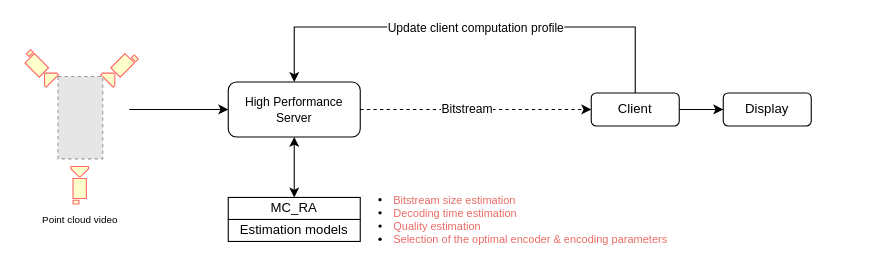
This is MC_RA.drawio from mahendra49/draw-io, a draw.io file, before an edit. Source tidied: cells renumbered, new cells numbered last; positions are measured from the earlier drawing's top-left corner, leaving out a move shared by most shapes. Both pictures are drawn from the tidied source at 110%, with x=0, y=0 at pixel (19, 26). Pictures stored in the file or linked from it are replaced by grey dashed boxes.
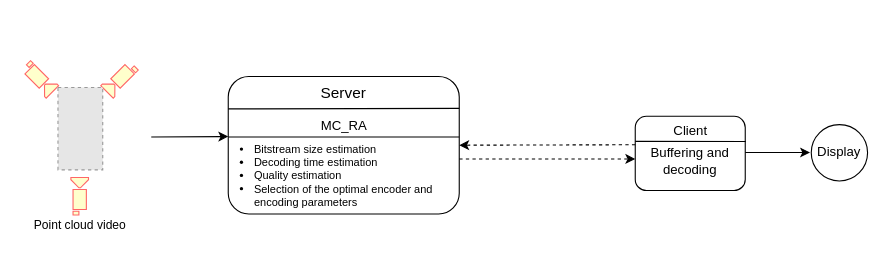
Above is the later version.

Change to the diagram source:
```diff
@@
     <mxCell id="2" style="group;" parent="1" vertex="1">
-      <mxGeometry y="20" width="110" height="140" as="geometry" />
+      <mxGeometry y="30" width="110" height="140" as="geometry" />
     </mxCell>
@@
-    <mxCell id="7" value="&lt;font style=&quot;font-size: 11px;&quot;&gt;High Performance&lt;br&gt;Server&lt;/font&gt;" style="rounded=1;whiteSpace=wrap;html=1;" parent="1" vertex="1">
-      <mxGeometry x="190" y="50" width="120" height="50" as="geometry" />
+    <mxCell id="7" value="&lt;span style=&quot;font-size: 11px;&quot;&gt;&lt;br&gt;&lt;/span&gt;" style="rounded=1;whiteSpace=wrap;html=1;" parent="1" vertex="1">
+      <mxGeometry x="190" y="45" width="210" height="125" as="geometry" />
     </mxCell>
-    <mxCell id="8" style="endArrow=classic;startArrow=classic;html=1;rounded=0;entryX=0.5;entryY=1;entryDx=0;entryDy=0;exitX=0.5;exitY=0;exitDx=0;exitDy=0;" parent="1" edge="1" source="19" target="7">
-      <mxGeometry relative="1" as="geometry" />
-    </mxCell>
+    <mxCell id="12" style="endArrow=classic;html=1;rounded=0;entryX=0;entryY=0.5;entryDx=0;entryDy=0;" parent="1" edge="1">
+      <mxGeometry relative="1" as="geometry">
+        <mxPoint x="120" y="100" as="sourcePoint" />
+        <mxPoint x="190" y="99.7" as="targetPoint" />
+      </mxGeometry>
+    </mxCell>
+    <mxCell id="17" value="&lt;font style=&quot;font-size: 11px;&quot;&gt;Point cloud video&lt;/font&gt;" style="text;html=1;align=center;verticalAlign=middle;strokeColor=none;fillColor=none;" parent="1" vertex="1">
+      <mxGeometry y="165" width="110" height="30" as="geometry" />
+    </mxCell>
+    <mxCell id="20" value="&lt;div style=&quot;border: 0px; font-variant-numeric: inherit; font-variant-east-asian: inherit; font-variant-alternates: inherit; font-stretch: inherit; line-height: inherit; font-family: Calibri, Arial, Helvetica, sans-serif; font-optical-sizing: inherit; font-kerning: inherit; font-feature-settings: inherit; font-variation-settings: inherit; margin: 0px; padding: 0px; vertical-align: baseline; text-align: start; font-size: 10px;&quot;&gt;&lt;ul&gt;&lt;li&gt;Bitstream size estimation&lt;/li&gt;&lt;li&gt;Decoding time estimation&lt;/li&gt;&lt;li&gt;Quality estimation&lt;/li&gt;&lt;li&gt;Selection of the optimal encoder and &lt;br&gt;encoding parameters&lt;/li&gt;&lt;/ul&gt;&lt;/div&gt;" style="text;html=1;strokeColor=none;fillColor=none;align=center;verticalAlign=middle;whiteSpace=wrap;rounded=0;" parent="1" vertex="1">
+      <mxGeometry x="120" y="105" width="310" height="60" as="geometry" />
+    </mxCell>
+    <mxCell id="19" value="MC_RA" style="text;html=1;align=center;verticalAlign=middle;points=[];strokeColor=none;fillColor=none;" parent="1" vertex="1">
+      <mxGeometry x="260" y="75" width="70" height="30" as="geometry" />
+    </mxCell>
+    <mxCell id="21" value="&lt;font style=&quot;font-size: 14px;&quot;&gt;Server&lt;/font&gt;" style="text;html=1;strokeColor=none;fillColor=none;align=center;verticalAlign=middle;whiteSpace=wrap;rounded=0;" parent="1" vertex="1">
+      <mxGeometry x="265" y="45" width="60" height="30" as="geometry" />
+    </mxCell>
+    <mxCell id="22" style="endArrow=none;html=1;rounded=0;" parent="1" edge="1">
+      <mxGeometry relative="1" as="geometry">
+        <mxPoint x="400" y="74" as="sourcePoint" />
+        <mxPoint x="190" y="74.5" as="targetPoint" />
+      </mxGeometry>
+    </mxCell>
+    <mxCell id="23" style="endArrow=none;html=1;rounded=0;" parent="1" edge="1">
+      <mxGeometry relative="1" as="geometry">
+        <mxPoint x="400" y="100" as="sourcePoint" />
+        <mxPoint x="190" y="100" as="targetPoint" />
+      </mxGeometry>
+    </mxCell>
+    <mxCell id="24" style="group;" parent="1" vertex="1">
+      <mxGeometry x="560" y="80" width="100" height="68.8" as="geometry" />
+    </mxCell>
-    <mxCell id="9" value="Client" style="rounded=1;whiteSpace=wrap;html=1;" parent="1" vertex="1">
-      <mxGeometry x="520" y="60" width="80" height="30" as="geometry" />
+    <mxCell id="9" value="&lt;br&gt;Buffering and&lt;br&gt;decoding" style="rounded=1;whiteSpace=wrap;html=1;" parent="24" vertex="1">
+      <mxGeometry y="1.2" width="100" height="67.5" as="geometry" />
     </mxCell>
+    <mxCell id="25" style="endArrow=none;html=1;rounded=0;entryX=1.005;entryY=0.34;entryDx=0;entryDy=0;entryPerimeter=0;" parent="24" edge="1" target="9">
+      <mxGeometry relative="1" as="geometry">
+        <mxPoint y="24" as="sourcePoint" />
+      </mxGeometry>
+    </mxCell>
+    <mxCell id="26" value="Client" style="text;html=1;align=center;verticalAlign=middle;strokeColor=none;fillColor=none;" parent="24" vertex="1">
+      <mxGeometry x="25" width="50" height="30" as="geometry" />
+    </mxCell>
+    <mxCell id="27" style="endArrow=classic;html=1;rounded=0;dashed=1;" parent="1" edge="1">
+      <mxGeometry relative="1" as="geometry">
+        <mxPoint x="560" y="107.1" as="sourcePoint" />
+        <mxPoint x="400" y="107.5" as="targetPoint" />
+      </mxGeometry>
+    </mxCell>
+    <mxCell id="28" style="endArrow=classic;html=1;rounded=0;dashed=1;" parent="1" edge="1">
+      <mxGeometry relative="1" as="geometry">
+        <mxPoint x="400" y="120" as="sourcePoint" />
+        <mxPoint x="560" y="120" as="targetPoint" />
+      </mxGeometry>
+    </mxCell>
-    <mxCell id="10" value="Display" style="rounded=1;whiteSpace=wrap;html=1;" parent="1" vertex="1">
-      <mxGeometry x="640" y="60" width="80" height="30" as="geometry" />
+    <mxCell id="10" value="Display" style="ellipse;whiteSpace=wrap;html=1;" parent="1" vertex="1">
+      <mxGeometry x="720" y="88.8" width="51.2" height="51.2" as="geometry" />
     </mxCell>
-    <mxCell id="11" style="endArrow=classic;html=1;rounded=0;exitX=1;exitY=0.5;exitDx=0;exitDy=0;" parent="1" edge="1" source="9">
-      <mxGeometry relative="1" as="geometry">
-        <mxPoint x="640" y="75" as="targetPoint" />
-      </mxGeometry>
-    </mxCell>
-    <mxCell id="12" style="endArrow=classic;html=1;rounded=0;entryX=0;entryY=0.5;entryDx=0;entryDy=0;" parent="1" edge="1" target="7">
-      <mxGeometry relative="1" as="geometry">
-        <mxPoint x="100" y="75" as="sourcePoint" />
-      </mxGeometry>
-    </mxCell>
-    <mxCell id="13" style="endArrow=classic;html=1;rounded=0;entryX=0;entryY=0.5;entryDx=0;entryDy=0;exitX=1;exitY=0.5;exitDx=0;exitDy=0;dashed=1;" parent="1" edge="1" source="7" target="9">
-      <mxGeometry relative="1" as="geometry" />
-    </mxCell>
-    <mxCell id="14" value="Bitstream" style="edgeLabel;html=1;align=center;verticalAlign=middle;" parent="13" vertex="1">
-      <mxGeometry x="-0.09" y="1" relative="1" as="geometry" />
-    </mxCell>
-    <mxCell id="15" style="endArrow=classic;html=1;rounded=0;entryX=0.5;entryY=0;entryDx=0;entryDy=0;exitX=0.5;exitY=0;exitDx=0;exitDy=0;" parent="1" edge="1" source="9" target="7">
-      <mxGeometry relative="1" as="geometry">
-        <Array as="points">
-          <mxPoint x="560" />
-          <mxPoint x="250" />
-        </Array>
-      </mxGeometry>
-    </mxCell>
-    <mxCell id="16" value="Update client computation profile" style="edgeLabel;html=1;align=center;verticalAlign=middle;" parent="15" vertex="1">
-      <mxGeometry x="-0.02" relative="1" as="geometry" />
-    </mxCell>
-    <mxCell id="17" value="&lt;font style=&quot;font-size: 9px;&quot;&gt;Point cloud video&lt;/font&gt;" style="text;html=1;align=center;verticalAlign=middle;strokeColor=none;fillColor=none;" parent="1" vertex="1">
-      <mxGeometry x="10" y="160" width="90" height="30" as="geometry" />
-    </mxCell>
-    <mxCell id="18" value="Estimation models" style="rounded=0;whiteSpace=wrap;html=1;" parent="1" vertex="1">
-      <mxGeometry x="190" y="175" width="120" height="20" as="geometry" />
-    </mxCell>
-    <mxCell id="19" value="MC_RA" style="rounded=0;whiteSpace=wrap;html=1;" parent="1" vertex="1">
-      <mxGeometry x="190" y="155" width="120" height="20" as="geometry" />
-    </mxCell>
-    <mxCell id="20" value="&lt;div style=&quot;border: 0px; font-variant-numeric: inherit; font-variant-east-asian: inherit; font-variant-alternates: inherit; font-stretch: inherit; line-height: inherit; font-family: Calibri, Arial, Helvetica, sans-serif; font-optical-sizing: inherit; font-kerning: inherit; font-feature-settings: inherit; font-variation-settings: inherit; margin: 0px; padding: 0px; vertical-align: baseline; text-align: start; font-size: 10px;&quot;&gt;&lt;ul&gt;&lt;li&gt;&lt;font color=&quot;#ea6b66&quot;&gt;Bitstream size estimation&lt;/font&gt;&lt;/li&gt;&lt;li&gt;&lt;font color=&quot;#ea6b66&quot;&gt;Decoding time estimation&lt;/font&gt;&lt;/li&gt;&lt;li&gt;&lt;font color=&quot;#ea6b66&quot;&gt;Quality estimation&lt;/font&gt;&lt;/li&gt;&lt;li&gt;&lt;font color=&quot;#ea6b66&quot;&gt;Selection of the optimal encoder &amp;amp; encoding parameters&lt;/font&gt;&lt;/li&gt;&lt;/ul&gt;&lt;/div&gt;" style="text;html=1;strokeColor=none;fillColor=none;align=center;verticalAlign=middle;whiteSpace=wrap;rounded=0;" parent="1" vertex="1">
-      <mxGeometry x="290" y="145" width="310" height="60" as="geometry" />
-    </mxCell>
+    <mxCell id="29" style="endArrow=classic;html=1;rounded=0;entryX=-0.02;entryY=0.439;entryDx=0;entryDy=0;entryPerimeter=0;exitX=1.001;exitY=0.444;exitDx=0;exitDy=0;exitPerimeter=0;" parent="1" edge="1">
+      <mxGeometry relative="1" as="geometry">
+        <mxPoint x="660" y="114.1" as="sourcePoint" />
+        <mxPoint x="718.9" y="114.1" as="targetPoint" />
+      </mxGeometry>
+    </mxCell>
```
